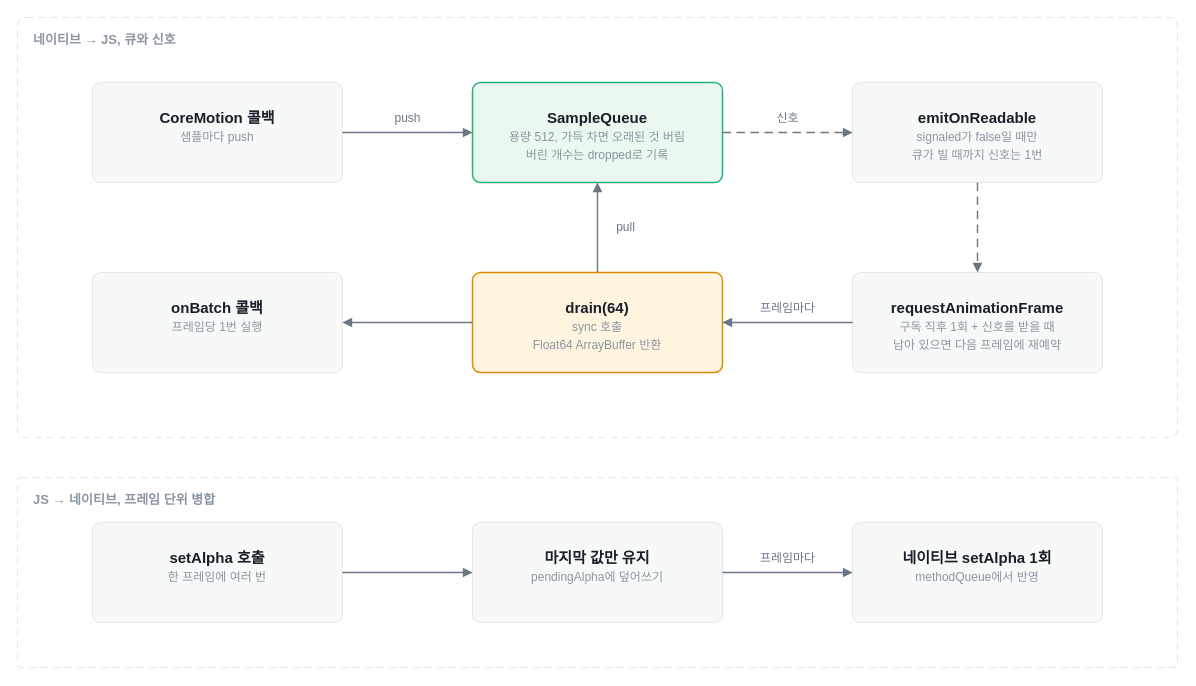
opficdev/opficdev.github.io keeps this draw.io diagram as page "rn-native-queue-flow-light" (6 of 6) of docs/rn-native-bidirectional-queue.drawio. Above is the earlier version. Source tidied: cells renumbered, new cells numbered last; positions are measured from the earlier drawing's top-left corner, leaving out a move shared by most shapes. Both pictures are drawn from the tidied source at 100%, with x=0, y=0 at pixel (17, 17).
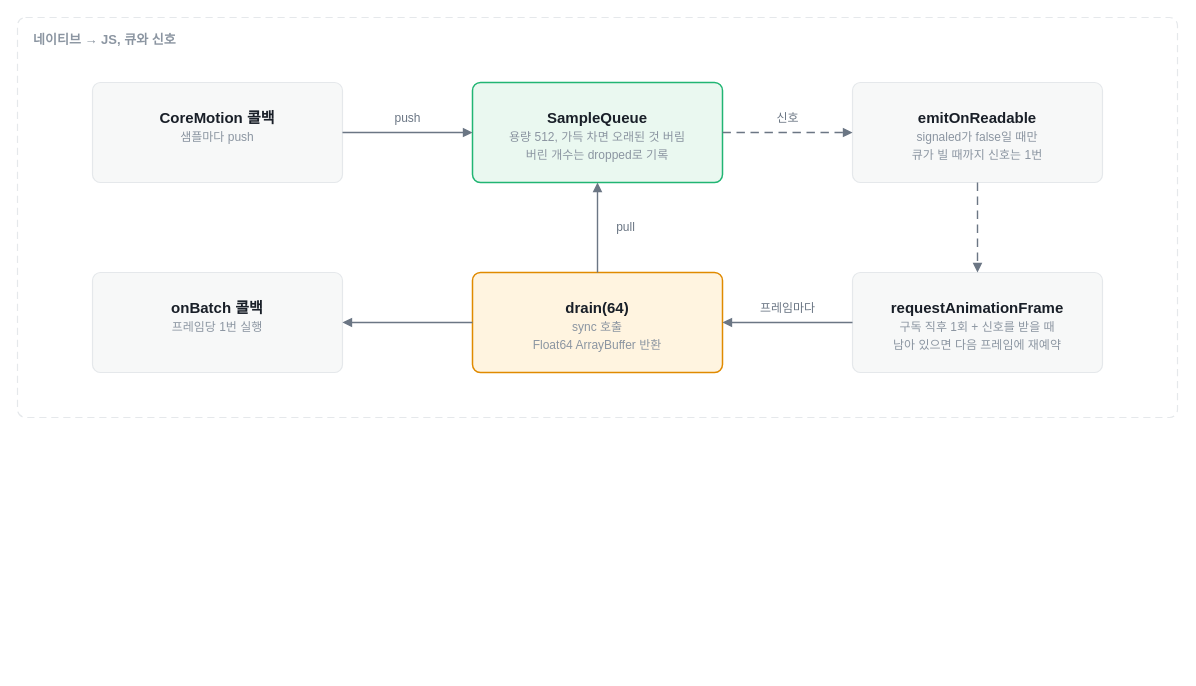
Above is the later version.

Commit message (it also covers changes not shown here):
fix: 센서 값 전달 방식 비교 글의 JS 네이티브 호출 실험 제거

The edit, as a diff of the source:
```diff
@@
     <mxCell id="2" value="네이티브 → JS, 큐와 신호" style="rounded=1;arcSize=2;whiteSpace=wrap;html=1;fillColor=none;strokeColor=#E5E8EB;strokeWidth=1.2;dashed=1;dashPattern=6 4;verticalAlign=top;align=left;spacingLeft=14;spacingTop=8;fontFamily=Arial;fontColor=#8B95A1;fontSize=13;fontStyle=1;" parent="1" vertex="1">
-      <mxGeometry width="1160" height="420" as="geometry" />
+      <mxGeometry width="1160" height="400" as="geometry" />
     </mxCell>
-    <mxCell id="3" value="JS → 네이티브, 프레임 단위 병합" style="rounded=1;arcSize=2;whiteSpace=wrap;html=1;fillColor=none;strokeColor=#E5E8EB;strokeWidth=1.2;dashed=1;dashPattern=6 4;verticalAlign=top;align=left;spacingLeft=14;spacingTop=8;fontFamily=Arial;fontColor=#8B95A1;fontSize=13;fontStyle=1;" parent="1" vertex="1">
-      <mxGeometry y="460" width="1160" height="190" as="geometry" />
-    </mxCell>
@@
-    <mxCell id="16" value="&lt;b&gt;setAlpha 호출&lt;/b&gt;&lt;br&gt;&lt;font color=&quot;#8B95A1&quot; style=&quot;font-size:12px&quot;&gt;한 프레임에 여러 번&lt;/font&gt;" style="rounded=1;arcSize=8;whiteSpace=wrap;html=1;fillColor=#F7F8F8;strokeColor=#E5E8EB;strokeWidth=1.2;fontFamily=Arial;fontColor=#191F28;fontSize=15;verticalAlign=top;spacingTop=20;" parent="1" vertex="1">
-      <mxGeometry x="75" y="505" width="250" height="100" as="geometry" />
-    </mxCell>
-    <mxCell id="17" value="&lt;b&gt;마지막 값만 유지&lt;/b&gt;&lt;br&gt;&lt;font color=&quot;#8B95A1&quot; style=&quot;font-size:12px&quot;&gt;pendingAlpha에 덮어쓰기&lt;/font&gt;" style="rounded=1;arcSize=8;whiteSpace=wrap;html=1;fillColor=#F7F8F8;strokeColor=#E5E8EB;strokeWidth=1.2;fontFamily=Arial;fontColor=#191F28;fontSize=15;verticalAlign=top;spacingTop=20;" parent="1" vertex="1">
-      <mxGeometry x="455" y="505" width="250" height="100" as="geometry" />
-    </mxCell>
-    <mxCell id="18" value="&lt;b&gt;네이티브 setAlpha 1회&lt;/b&gt;&lt;br&gt;&lt;font color=&quot;#8B95A1&quot; style=&quot;font-size:12px&quot;&gt;methodQueue에서 반영&lt;/font&gt;" style="rounded=1;arcSize=8;whiteSpace=wrap;html=1;fillColor=#F7F8F8;strokeColor=#E5E8EB;strokeWidth=1.2;fontFamily=Arial;fontColor=#191F28;fontSize=15;verticalAlign=top;spacingTop=20;" parent="1" vertex="1">
-      <mxGeometry x="835" y="505" width="250" height="100" as="geometry" />
-    </mxCell>
-    <mxCell id="19" style="edgeStyle=orthogonalEdgeStyle;rounded=1;arcSize=60;html=1;endArrow=block;endFill=1;strokeColor=#6B7684;strokeWidth=1.4;fontFamily=Arial;fontColor=#6B7684;fontSize=12;labelBackgroundColor=none;exitX=1;exitY=0.5;entryX=0;entryY=0.5;exitPerimeter=0;entryPerimeter=0;" parent="1" edge="1" source="16" target="17">
-      <mxGeometry relative="1" as="geometry">
-        <mxPoint y="-14" as="offset" />
-      </mxGeometry>
-    </mxCell>
-    <mxCell id="20" value="프레임마다" style="edgeStyle=orthogonalEdgeStyle;rounded=1;arcSize=60;html=1;endArrow=block;endFill=1;strokeColor=#6B7684;strokeWidth=1.4;fontFamily=Arial;fontColor=#6B7684;fontSize=12;labelBackgroundColor=none;exitX=1;exitY=0.5;entryX=0;entryY=0.5;exitPerimeter=0;entryPerimeter=0;" parent="1" edge="1" source="17" target="18">
-      <mxGeometry relative="1" as="geometry">
-        <mxPoint y="-14" as="offset" />
-      </mxGeometry>
-    </mxCell>
```
